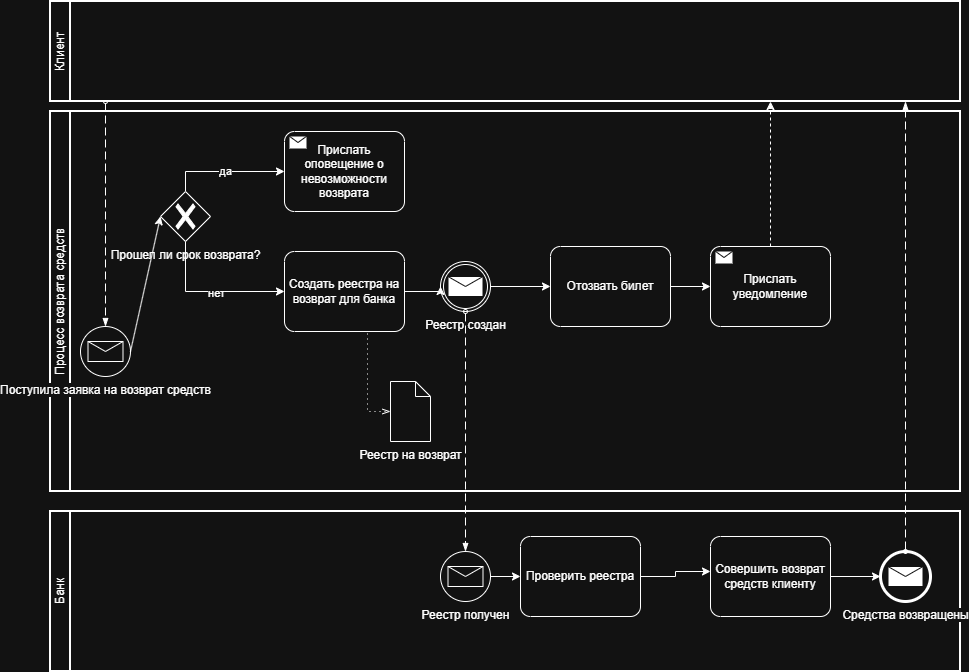
The draw.io diagram BPMN/Процесс возврата средств.png in nn901/CityFest-Guide-Docs, before a commit. Source tidied: cells renumbered, new cells last; positions are measured from the earlier drawing's top-left corner, leaving out a move shared by most shapes. Source of this version:
```xml
<mxGraphModel>
  <root>
    <mxCell id="0" />
    <mxCell id="1" parent="0" />
    <mxCell id="2" value="Процесс возврата средств" style="swimlane;html=1;startSize=20;fontStyle=0;horizontal=0;swimlaneLine=1;swimlaneFillColor=#ffffff;strokeWidth=2;whiteSpace=wrap;" parent="1" vertex="1">
      <mxGeometry y="110" width="910" height="380" as="geometry" />
    </mxCell>
    <mxCell id="3" value="Поступила заявка на возврат средств" style="points=[[0.145,0.145,0],[0.5,0,0],[0.855,0.145,0],[1,0.5,0],[0.855,0.855,0],[0.5,1,0],[0.145,0.855,0],[0,0.5,0]];shape=mxgraph.bpmn.event;html=1;verticalLabelPosition=bottom;labelBackgroundColor=#ffffff;verticalAlign=top;align=center;perimeter=ellipsePerimeter;outlineConnect=0;outline=standard;symbol=message;" parent="2" vertex="1">
      <mxGeometry x="30" y="215" width="50" height="50" as="geometry" />
    </mxCell>
    <mxCell id="4" style="dashed=1;dashPattern=8 4;endArrow=blockThin;endFill=1;startArrow=oval;startFill=0;endSize=6;startSize=4;html=1;rounded=0;entryX=0.5;entryY=0;entryDx=0;entryDy=0;entryPerimeter=0;" parent="2" edge="1" target="3">
      <mxGeometry relative="1" as="geometry">
        <mxPoint x="55" y="-10" as="sourcePoint" />
      </mxGeometry>
    </mxCell>
    <mxCell id="5" value="да" style="edgeStyle=orthogonalEdgeStyle;rounded=0;jettySize=auto;html=1;exitX=0.5;exitY=0;exitDx=0;exitDy=0;exitPerimeter=0;entryX=0;entryY=0.5;entryDx=0;entryDy=0;entryPerimeter=0;" parent="2" edge="1" source="6" target="7">
      <mxGeometry relative="1" as="geometry" />
    </mxCell>
    <mxCell id="6" value="Прошел ли срок возврата?" style="points=[[0.25,0.25,0],[0.5,0,0],[0.75,0.25,0],[1,0.5,0],[0.75,0.75,0],[0.5,1,0],[0.25,0.75,0],[0,0.5,0]];shape=mxgraph.bpmn.gateway2;html=1;verticalLabelPosition=bottom;labelBackgroundColor=#ffffff;verticalAlign=top;align=center;perimeter=rhombusPerimeter;outlineConnect=0;outline=none;symbol=none;gwType=exclusive;" parent="2" vertex="1">
      <mxGeometry x="110" y="80" width="50" height="50" as="geometry" />
    </mxCell>
    <mxCell id="7" value="Прислать оповещение о невозможности возврата" style="points=[[0.25,0,0],[0.5,0,0],[0.75,0,0],[1,0.25,0],[1,0.5,0],[1,0.75,0],[0.75,1,0],[0.5,1,0],[0.25,1,0],[0,0.75,0],[0,0.5,0],[0,0.25,0]];shape=mxgraph.bpmn.task2;whiteSpace=wrap;rectStyle=rounded;size=10;html=1;taskMarker=send;" parent="2" vertex="1">
      <mxGeometry x="234" y="20" width="120" height="80" as="geometry" />
    </mxCell>
    <mxCell id="8" value="Создать реестра на возврат для банка" style="points=[[0.25,0,0],[0.5,0,0],[0.75,0,0],[1,0.25,0],[1,0.5,0],[1,0.75,0],[0.75,1,0],[0.5,1,0],[0.25,1,0],[0,0.75,0],[0,0.5,0],[0,0.25,0]];shape=mxgraph.bpmn.task2;whiteSpace=wrap;rectStyle=rounded;size=10;html=1;taskMarker=abstract;" parent="2" vertex="1">
      <mxGeometry x="234" y="140" width="120" height="80" as="geometry" />
    </mxCell>
    <mxCell id="9" style="edgeStyle=orthogonalEdgeStyle;rounded=0;jettySize=auto;html=1;exitX=0.5;exitY=1;exitDx=0;exitDy=0;exitPerimeter=0;entryX=0;entryY=0.5;entryDx=0;entryDy=0;entryPerimeter=0;" parent="2" edge="1" source="6" target="8">
      <mxGeometry relative="1" as="geometry" />
    </mxCell>
    <mxCell id="10" value="нет" style="edgeLabel;html=1;align=center;verticalAlign=middle;" parent="9" vertex="1">
      <mxGeometry x="0.07" y="-1" relative="1" as="geometry" />
    </mxCell>
    <mxCell id="11" style="edgeStyle=orthogonalEdgeStyle;rounded=0;jettySize=auto;html=1;exitX=1;exitY=0.5;exitDx=0;exitDy=0;exitPerimeter=0;" parent="2" edge="1" source="12">
      <mxGeometry relative="1" as="geometry">
        <mxPoint x="500" y="175" as="targetPoint" />
      </mxGeometry>
    </mxCell>
    <mxCell id="12" value="Реестр создан" style="points=[[0.145,0.145,0],[0.5,0,0],[0.855,0.145,0],[1,0.5,0],[0.855,0.855,0],[0.5,1,0],[0.145,0.855,0],[0,0.5,0]];shape=mxgraph.bpmn.event;html=1;verticalLabelPosition=bottom;labelBackgroundColor=#ffffff;verticalAlign=top;align=center;perimeter=ellipsePerimeter;outlineConnect=0;outline=throwing;symbol=message;" parent="2" vertex="1">
      <mxGeometry x="390" y="150" width="50" height="50" as="geometry" />
    </mxCell>
    <mxCell id="13" style="edgeStyle=orthogonalEdgeStyle;rounded=0;jettySize=auto;html=1;exitX=1;exitY=0.5;exitDx=0;exitDy=0;exitPerimeter=0;entryX=0;entryY=0.5;entryDx=0;entryDy=0;entryPerimeter=0;" parent="2" edge="1" source="8" target="12">
      <mxGeometry relative="1" as="geometry" />
    </mxCell>
    <mxCell id="14" value="Реестр на возврат" style="shape=mxgraph.bpmn.data2;labelPosition=center;verticalLabelPosition=bottom;align=center;verticalAlign=top;size=15;html=1;" parent="2" vertex="1">
      <mxGeometry x="340" y="270" width="40" height="60" as="geometry" />
    </mxCell>
    <mxCell id="15" style="edgeStyle=elbowEdgeStyle;fontSize=12;html=1;endFill=0;startFill=0;endSize=6;startSize=6;dashed=1;dashPattern=1 4;endArrow=openThin;startArrow=none;rounded=0;exitX=0.5;exitY=1;exitDx=0;exitDy=0;exitPerimeter=0;entryX=0;entryY=0.5;entryDx=0;entryDy=0;entryPerimeter=0;" parent="2" edge="1" source="8" target="14">
      <mxGeometry relative="1" as="geometry" />
    </mxCell>
    <mxCell id="16" value="Отозвать билет" style="points=[[0.25,0,0],[0.5,0,0],[0.75,0,0],[1,0.25,0],[1,0.5,0],[1,0.75,0],[0.75,1,0],[0.5,1,0],[0.25,1,0],[0,0.75,0],[0,0.5,0],[0,0.25,0]];shape=mxgraph.bpmn.task2;whiteSpace=wrap;rectStyle=rounded;size=10;html=1;taskMarker=abstract;" parent="2" vertex="1">
      <mxGeometry x="500" y="135" width="120" height="80" as="geometry" />
    </mxCell>
    <mxCell id="17" style="edgeStyle=orthogonalEdgeStyle;rounded=0;jettySize=auto;html=1;exitX=1;exitY=0.5;exitDx=0;exitDy=0;exitPerimeter=0;entryX=0;entryY=0.5;entryDx=0;entryDy=0;entryPerimeter=0;" parent="2" edge="1" source="16" target="19">
      <mxGeometry relative="1" as="geometry" />
    </mxCell>
    <mxCell id="18" style="edgeStyle=orthogonalEdgeStyle;rounded=0;jettySize=auto;html=1;exitX=0.5;exitY=0;exitDx=0;exitDy=0;exitPerimeter=0;dashed=1;" parent="2" edge="1" source="19">
      <mxGeometry relative="1" as="geometry">
        <mxPoint x="720" y="-10" as="targetPoint" />
      </mxGeometry>
    </mxCell>
    <mxCell id="19" value="Прислать уведомление" style="points=[[0.25,0,0],[0.5,0,0],[0.75,0,0],[1,0.25,0],[1,0.5,0],[1,0.75,0],[0.75,1,0],[0.5,1,0],[0.25,1,0],[0,0.75,0],[0,0.5,0],[0,0.25,0]];shape=mxgraph.bpmn.task2;whiteSpace=wrap;rectStyle=rounded;size=10;html=1;taskMarker=send;" parent="2" vertex="1">
      <mxGeometry x="660" y="135" width="120" height="80" as="geometry" />
    </mxCell>
    <mxCell id="20" style="endArrow=classic;html=1;rounded=0;exitX=1;exitY=0.5;exitDx=0;exitDy=0;exitPerimeter=0;entryX=0;entryY=0.5;entryDx=0;entryDy=0;entryPerimeter=0;" parent="2" edge="1" source="3" target="6">
      <mxGeometry relative="1" as="geometry" />
    </mxCell>
    <mxCell id="21" value="Клиент" style="swimlane;html=1;startSize=20;fontStyle=0;horizontal=0;swimlaneLine=1;swimlaneFillColor=#ffffff;strokeWidth=2;whiteSpace=wrap;" parent="1" vertex="1">
      <mxGeometry width="910" height="100" as="geometry" />
    </mxCell>
    <mxCell id="22" value="Банк" style="swimlane;html=1;startSize=20;fontStyle=0;horizontal=0;swimlaneLine=1;swimlaneFillColor=#ffffff;strokeWidth=2;whiteSpace=wrap;" parent="1" vertex="1">
      <mxGeometry y="510" width="910" height="160" as="geometry" />
    </mxCell>
    <mxCell id="23" value="Реестр получен" style="points=[[0.145,0.145,0],[0.5,0,0],[0.855,0.145,0],[1,0.5,0],[0.855,0.855,0],[0.5,1,0],[0.145,0.855,0],[0,0.5,0]];shape=mxgraph.bpmn.event;html=1;verticalLabelPosition=bottom;labelBackgroundColor=#ffffff;verticalAlign=top;align=center;perimeter=ellipsePerimeter;outlineConnect=0;outline=standard;symbol=message;" parent="22" vertex="1">
      <mxGeometry x="390" y="40" width="50" height="50" as="geometry" />
    </mxCell>
    <mxCell id="24" style="edgeStyle=orthogonalEdgeStyle;rounded=0;jettySize=auto;html=1;exitX=1;exitY=0.5;exitDx=0;exitDy=0;exitPerimeter=0;" parent="22" edge="1" source="25">
      <mxGeometry relative="1" as="geometry">
        <mxPoint x="660" y="60" as="targetPoint" />
      </mxGeometry>
    </mxCell>
    <mxCell id="25" value="Проверить реестра" style="points=[[0.25,0,0],[0.5,0,0],[0.75,0,0],[1,0.25,0],[1,0.5,0],[1,0.75,0],[0.75,1,0],[0.5,1,0],[0.25,1,0],[0,0.75,0],[0,0.5,0],[0,0.25,0]];shape=mxgraph.bpmn.task2;whiteSpace=wrap;rectStyle=rounded;size=10;html=1;taskMarker=abstract;" parent="22" vertex="1">
      <mxGeometry x="470" y="25" width="120" height="80" as="geometry" />
    </mxCell>
    <mxCell id="26" style="edgeStyle=orthogonalEdgeStyle;rounded=0;jettySize=auto;html=1;exitX=1;exitY=0.5;exitDx=0;exitDy=0;exitPerimeter=0;entryX=0;entryY=0.5;entryDx=0;entryDy=0;entryPerimeter=0;" parent="22" edge="1" source="23" target="25">
      <mxGeometry relative="1" as="geometry" />
    </mxCell>
    <mxCell id="27" style="edgeStyle=orthogonalEdgeStyle;rounded=0;jettySize=auto;html=1;exitX=1;exitY=0.5;exitDx=0;exitDy=0;exitPerimeter=0;" parent="22" edge="1" source="28">
      <mxGeometry relative="1" as="geometry">
        <mxPoint x="830" y="65" as="targetPoint" />
      </mxGeometry>
    </mxCell>
    <mxCell id="28" value="Совершить возврат средств клиенту" style="points=[[0.25,0,0],[0.5,0,0],[0.75,0,0],[1,0.25,0],[1,0.5,0],[1,0.75,0],[0.75,1,0],[0.5,1,0],[0.25,1,0],[0,0.75,0],[0,0.5,0],[0,0.25,0]];shape=mxgraph.bpmn.task2;whiteSpace=wrap;rectStyle=rounded;size=10;html=1;taskMarker=abstract;" parent="22" vertex="1">
      <mxGeometry x="660" y="25" width="120" height="80" as="geometry" />
    </mxCell>
    <mxCell id="29" value="Средства возвращены" style="points=[[0.145,0.145,0],[0.5,0,0],[0.855,0.145,0],[1,0.5,0],[0.855,0.855,0],[0.5,1,0],[0.145,0.855,0],[0,0.5,0]];shape=mxgraph.bpmn.event;html=1;verticalLabelPosition=bottom;labelBackgroundColor=#ffffff;verticalAlign=top;align=center;perimeter=ellipsePerimeter;outlineConnect=0;outline=end;symbol=message;" parent="22" vertex="1">
      <mxGeometry x="830" y="40" width="50" height="50" as="geometry" />
    </mxCell>
    <mxCell id="30" style="dashed=1;dashPattern=8 4;endArrow=blockThin;endFill=1;startArrow=oval;startFill=0;endSize=6;startSize=4;html=1;rounded=0;entryX=0.5;entryY=0;entryDx=0;entryDy=0;entryPerimeter=0;" parent="1" edge="1" source="12" target="23">
      <mxGeometry relative="1" as="geometry" />
    </mxCell>
    <mxCell id="31" style="dashed=1;dashPattern=8 4;endArrow=blockThin;endFill=1;startArrow=oval;startFill=0;endSize=6;startSize=4;html=1;rounded=0;exitX=0.5;exitY=0;exitDx=0;exitDy=0;exitPerimeter=0;" parent="1" edge="1" source="29">
      <mxGeometry relative="1" as="geometry">
        <mxPoint x="855" y="100" as="targetPoint" />
      </mxGeometry>
    </mxCell>
  </root>
</mxGraphModel>
```
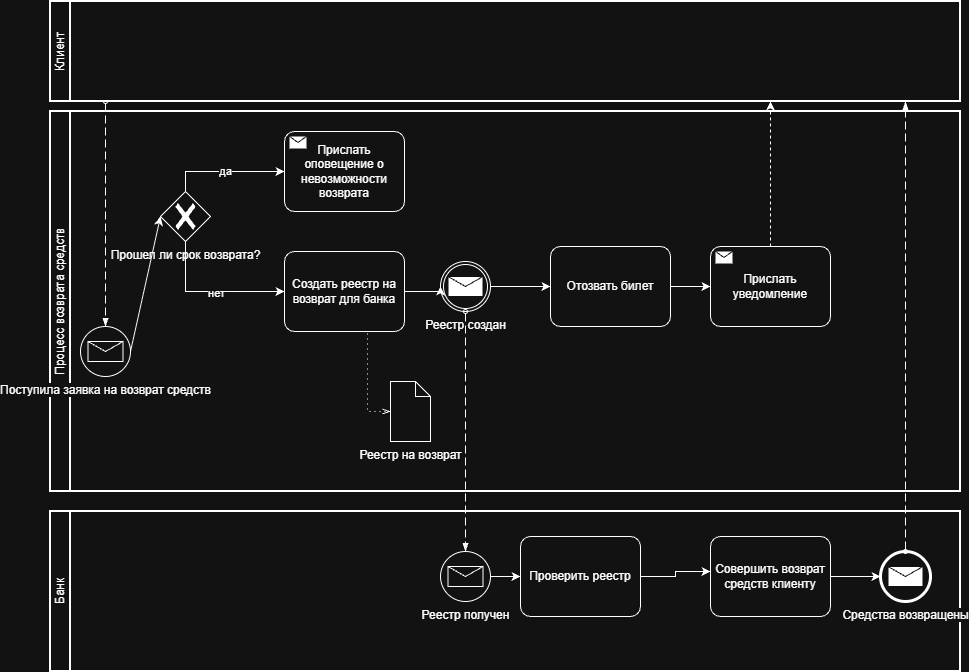
The same file after the commit.

Change to the diagram source:
```diff
@@ -22,7 +22,7 @@
     <mxCell id="7" value="Прислать оповещение о невозможности возврата" style="points=[[0.25,0,0],[0.5,0,0],[0.75,0,0],[1,0.25,0],[1,0.5,0],[1,0.75,0],[0.75,1,0],[0.5,1,0],[0.25,1,0],[0,0.75,0],[0,0.5,0],[0,0.25,0]];shape=mxgraph.bpmn.task2;whiteSpace=wrap;rectStyle=rounded;size=10;html=1;taskMarker=send;" parent="2" vertex="1">
       <mxGeometry x="234" y="20" width="120" height="80" as="geometry" />
     </mxCell>
-    <mxCell id="8" value="Создать реестра на возврат для банка" style="points=[[0.25,0,0],[0.5,0,0],[0.75,0,0],[1,0.25,0],[1,0.5,0],[1,0.75,0],[0.75,1,0],[0.5,1,0],[0.25,1,0],[0,0.75,0],[0,0.5,0],[0,0.25,0]];shape=mxgraph.bpmn.task2;whiteSpace=wrap;rectStyle=rounded;size=10;html=1;taskMarker=abstract;" parent="2" vertex="1">
+    <mxCell id="8" value="Создать реестр на возврат для банка" style="points=[[0.25,0,0],[0.5,0,0],[0.75,0,0],[1,0.25,0],[1,0.5,0],[1,0.75,0],[0.75,1,0],[0.5,1,0],[0.25,1,0],[0,0.75,0],[0,0.5,0],[0,0.25,0]];shape=mxgraph.bpmn.task2;whiteSpace=wrap;rectStyle=rounded;size=10;html=1;taskMarker=abstract;" parent="2" vertex="1">
       <mxGeometry x="234" y="140" width="120" height="80" as="geometry" />
     </mxCell>
     <mxCell id="9" style="edgeStyle=orthogonalEdgeStyle;rounded=0;jettySize=auto;html=1;exitX=0.5;exitY=1;exitDx=0;exitDy=0;exitPerimeter=0;entryX=0;entryY=0.5;entryDx=0;entryDy=0;entryPerimeter=0;" parent="2" edge="1" source="6" target="8">
@@ -79,7 +79,7 @@
         <mxPoint x="660" y="60" as="targetPoint" />
       </mxGeometry>
     </mxCell>
-    <mxCell id="25" value="Проверить реестра" style="points=[[0.25,0,0],[0.5,0,0],[0.75,0,0],[1,0.25,0],[1,0.5,0],[1,0.75,0],[0.75,1,0],[0.5,1,0],[0.25,1,0],[0,0.75,0],[0,0.5,0],[0,0.25,0]];shape=mxgraph.bpmn.task2;whiteSpace=wrap;rectStyle=rounded;size=10;html=1;taskMarker=abstract;" parent="22" vertex="1">
+    <mxCell id="25" value="Проверить реестр" style="points=[[0.25,0,0],[0.5,0,0],[0.75,0,0],[1,0.25,0],[1,0.5,0],[1,0.75,0],[0.75,1,0],[0.5,1,0],[0.25,1,0],[0,0.75,0],[0,0.5,0],[0,0.25,0]];shape=mxgraph.bpmn.task2;whiteSpace=wrap;rectStyle=rounded;size=10;html=1;taskMarker=abstract;" parent="22" vertex="1">
       <mxGeometry x="470" y="25" width="120" height="80" as="geometry" />
     </mxCell>
     <mxCell id="26" style="edgeStyle=orthogonalEdgeStyle;rounded=0;jettySize=auto;html=1;exitX=1;exitY=0.5;exitDx=0;exitDy=0;exitPerimeter=0;entryX=0;entryY=0.5;entryDx=0;entryDy=0;entryPerimeter=0;" parent="22" edge="1" source="23" target="25">
```
